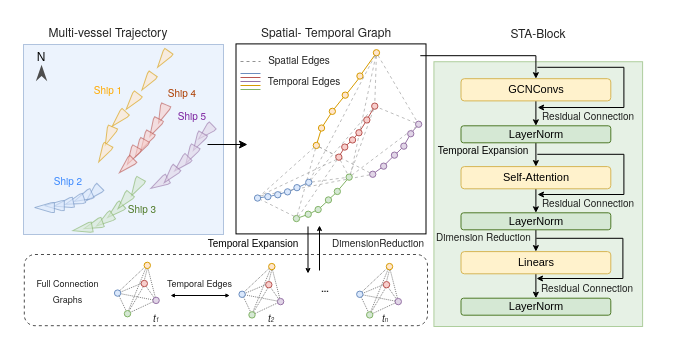
This is EAAI.drawio from KaysenWB/Drawing-Showcase, a draw.io file, before an edit. Source tidied: cells renumbered, new cells numbered last; positions are measured from the earlier drawing's top-left corner, leaving out a move shared by most shapes. Both pictures are drawn from the tidied source at 100%, with x=0, y=0 at pixel (17, 17).
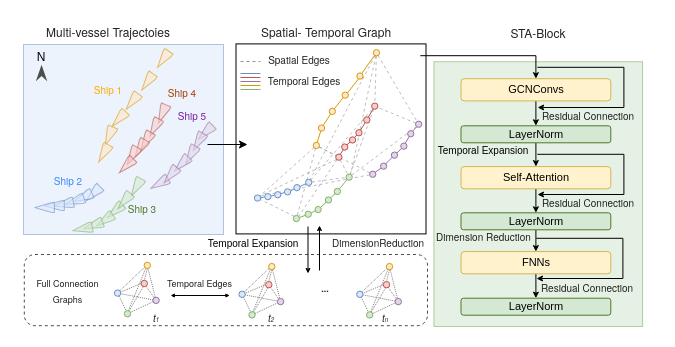
After the change.

The change refers to these unchanged cells:
```xml
<mxCell id="123" style="group;" parent="1" vertex="1">
  <mxGeometry x="386.4" y="42" width="253.7" height="267" as="geometry" />
</mxCell>
```

Change to the diagram source:
```diff
@@
-    <mxCell id="111" value="&lt;span style=&quot;white-space: pre-wrap; caret-color: rgba(0, 0, 0, 0.87); color: rgba(0, 0, 0, 0.87); font-family: &amp;quot;Helvetica Neue&amp;quot;, &amp;quot;Segoe UI&amp;quot;, Helvetica, Arial, sans-serif; text-align: left;&quot;&gt;&lt;font style=&quot;font-size: 12px;&quot;&gt;Multi-vessel Trajectory&lt;/font&gt;&lt;/span&gt;" style="rounded=1;whiteSpace=wrap;html=1;strokeColor=none;fillColor=none;" parent="1" vertex="1">
+    <mxCell id="111" value="&lt;span style=&quot;white-space: pre-wrap; caret-color: rgba(0, 0, 0, 0.87); color: rgba(0, 0, 0, 0.87); font-family: &amp;quot;Helvetica Neue&amp;quot;, &amp;quot;Segoe UI&amp;quot;, Helvetica, Arial, sans-serif; text-align: left;&quot;&gt;&lt;font style=&quot;font-size: 12px;&quot;&gt;Multi-vessel Trajectoies&lt;/font&gt;&lt;/span&gt;" style="rounded=1;whiteSpace=wrap;html=1;strokeColor=none;fillColor=none;" parent="1" vertex="1">
       <mxGeometry x="10.8" width="160" height="30" as="geometry" />
     </mxCell>
@@
-    <mxCell id="136" value="&lt;font style=&quot;font-size: 11px;&quot;&gt;Linears&lt;/font&gt;" style="rounded=1;whiteSpace=wrap;html=1;fillColor=#fff2cc;strokeColor=#d6b656;" parent="123" vertex="1">
+    <mxCell id="136" value="&lt;span style=&quot;font-size: 11px;&quot;&gt;FNNs&lt;/span&gt;" style="rounded=1;whiteSpace=wrap;html=1;fillColor=#fff2cc;strokeColor=#d6b656;" parent="123" vertex="1">
       <mxGeometry x="57.1" y="192.1" width="149.8" height="22.2" as="geometry" />
     </mxCell>
```
